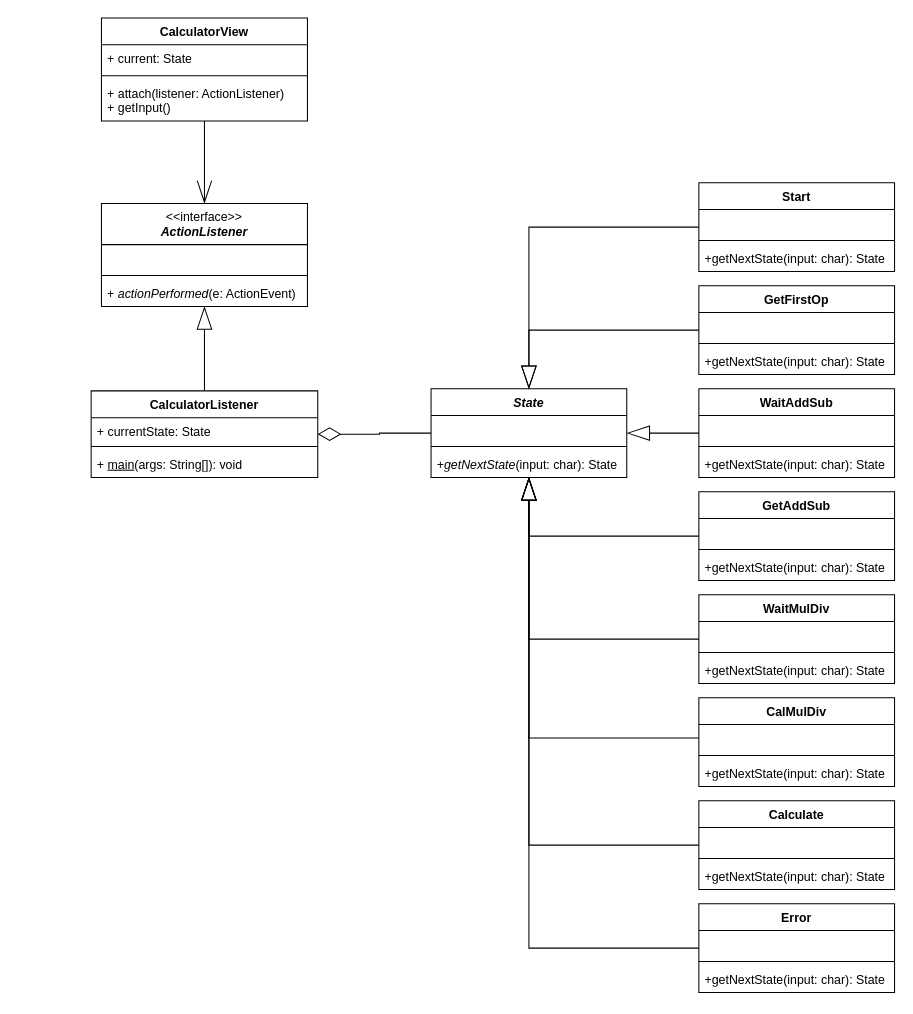
Before: Assignment 4/Calculator Class Diagram.drawio in slamjam02/SE311-Homeworks, a draw.io diagram. Source tidied: cells renumbered, new cells numbered last; positions are measured from the earlier drawing's top-left corner, leaving out a move shared by most shapes. Both pictures are drawn from the tidied source at 103%, with x=0, y=0 at pixel (91, 18).
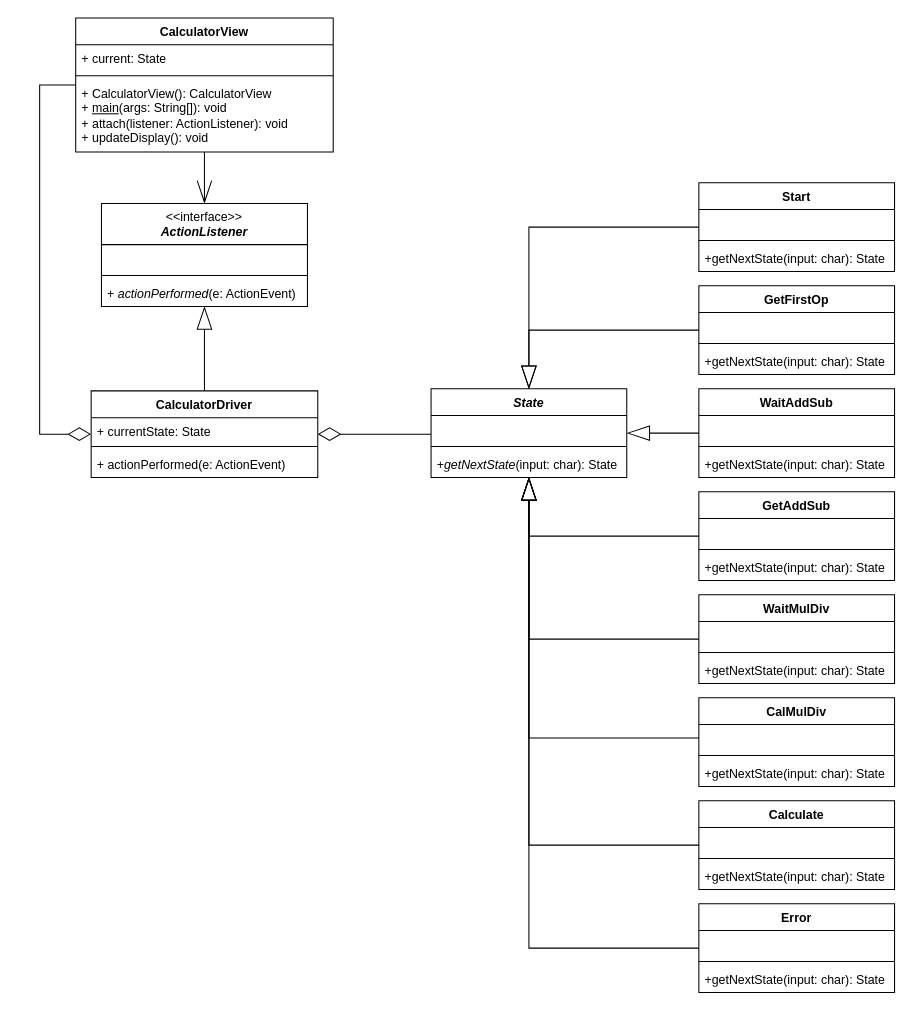
The same page after the edit.

The change refers to these unchanged cells:
```xml
<mxCell id="8" value="&lt;i&gt;State&lt;/i&gt;" style="swimlane;fontStyle=1;align=center;verticalAlign=top;horizontal=1;startSize=26;whiteSpace=wrap;html=1;" parent="1" vertex="1">
  <mxGeometry x="330" y="360" width="190" height="86" as="geometry" />
</mxCell>
```

What changed in the source:
```diff
@@
-    <mxCell id="3" value="CalculatorListener" style="swimlane;fontStyle=1;align=center;verticalAlign=top;horizontal=1;startSize=26;whiteSpace=wrap;html=1;" parent="1" vertex="1">
+    <mxCell id="3" value="CalculatorDriver" style="swimlane;fontStyle=1;align=center;verticalAlign=top;horizontal=1;startSize=26;whiteSpace=wrap;html=1;" parent="1" vertex="1">
       <mxGeometry y="362" width="220" height="84" as="geometry" />
     </mxCell>
@@
-    <mxCell id="6" value="+ &lt;u&gt;main&lt;/u&gt;(args: String[]): void" style="text;strokeColor=none;fillColor=none;align=left;verticalAlign=top;spacingLeft=4;spacingRight=4;overflow=hidden;whiteSpace=wrap;html=1;" parent="3" vertex="1">
+    <mxCell id="6" value="+&amp;nbsp;actionPerformed(e: ActionEvent)" style="text;strokeColor=none;fillColor=none;align=left;verticalAlign=top;spacingLeft=4;spacingRight=4;overflow=hidden;whiteSpace=wrap;html=1;" parent="3" vertex="1">
       <mxGeometry y="58" width="220" height="26" as="geometry" />
     </mxCell>
     <mxCell id="7" style="edgeStyle=orthogonalEdgeStyle;shape=connector;rounded=0;jettySize=auto;html=1;strokeColor=default;align=center;verticalAlign=middle;fontFamily=Helvetica;fontSize=11;fontColor=default;labelBackgroundColor=default;endArrow=diamondThin;endFill=0;endSize=20;" parent="1" edge="1" source="8" target="3">
-      <mxGeometry relative="1" as="geometry" />
+      <mxGeometry relative="1" as="geometry">
+        <Array as="points">
+          <mxPoint x="300" y="404" />
+          <mxPoint x="300" y="404" />
+        </Array>
+      </mxGeometry>
     </mxCell>
@@
+    <mxCell id="61" style="edgeStyle=orthogonalEdgeStyle;shape=connector;rounded=0;jettySize=auto;html=1;strokeColor=default;align=center;verticalAlign=middle;fontFamily=Helvetica;fontSize=11;fontColor=default;labelBackgroundColor=default;endArrow=diamondThin;endFill=0;endSize=20;" parent="1" edge="1" source="53" target="3">
+      <mxGeometry relative="1" as="geometry">
+        <Array as="points">
+          <mxPoint x="-50" y="65" />
+          <mxPoint x="-50" y="404" />
+        </Array>
+      </mxGeometry>
+    </mxCell>
     <mxCell id="53" value="CalculatorView" style="swimlane;fontStyle=1;align=center;verticalAlign=top;horizontal=1;startSize=26;whiteSpace=wrap;html=1;" parent="1" vertex="1">
-      <mxGeometry x="10" width="200" height="100" as="geometry" />
+      <mxGeometry x="-15" width="250" height="130" as="geometry" />
     </mxCell>
     <mxCell id="54" value="+ current: State" style="text;strokeColor=none;fillColor=none;align=left;verticalAlign=top;spacingLeft=4;spacingRight=4;overflow=hidden;whiteSpace=wrap;html=1;" parent="53" vertex="1">
-      <mxGeometry y="26" width="200" height="26" as="geometry" />
+      <mxGeometry y="26" width="250" height="26" as="geometry" />
     </mxCell>
     <mxCell id="55" style="line;strokeWidth=1;fillColor=none;align=left;verticalAlign=middle;spacingTop=-1;spacingLeft=3;spacingRight=3;labelPosition=right;strokeColor=inherit;" parent="53" vertex="1">
-      <mxGeometry y="52" width="200" height="8" as="geometry" />
+      <mxGeometry y="52" width="250" height="8" as="geometry" />
     </mxCell>
-    <mxCell id="56" value="+ attach(listener: ActionListener)&lt;div&gt;+ getInput()&lt;/div&gt;" style="text;strokeColor=none;fillColor=none;align=left;verticalAlign=top;spacingLeft=4;spacingRight=4;overflow=hidden;whiteSpace=wrap;html=1;" parent="53" vertex="1">
-      <mxGeometry y="60" width="200" height="40" as="geometry" />
+    <mxCell id="56" value="&lt;div&gt;+ CalculatorView(): CalculatorView&lt;/div&gt;&lt;div&gt;+&amp;nbsp;&lt;u&gt;main&lt;/u&gt;(args: String[]): void&lt;br&gt;&lt;/div&gt;+ attach(listener: ActionListener): void&lt;div&gt;&lt;div&gt;+ updateDisplay(): void&lt;/div&gt;&lt;/div&gt;" style="text;strokeColor=none;fillColor=none;align=left;verticalAlign=top;spacingLeft=4;spacingRight=4;overflow=hidden;whiteSpace=wrap;html=1;" parent="53" vertex="1">
+      <mxGeometry y="60" width="250" height="70" as="geometry" />
     </mxCell>
```
